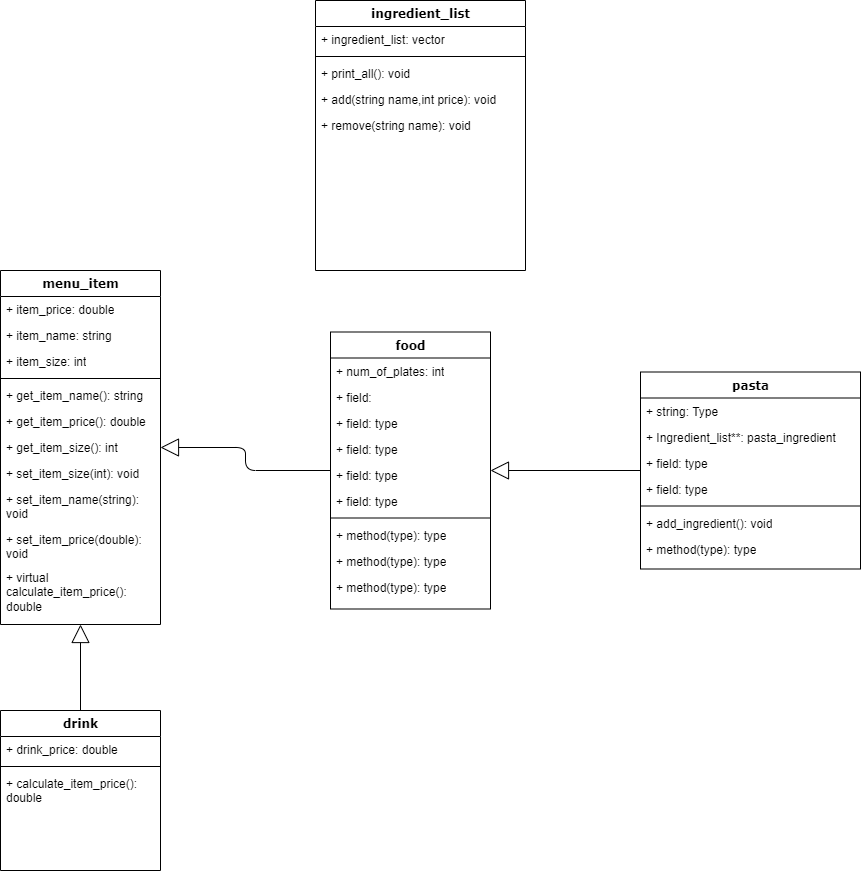
Above: UML.png in SohamA12345/Project (draw.io), before the change. Source tidied: cells renumbered, new cells last; positions are measured from the earlier drawing's top-left corner, leaving out a move shared by most shapes.
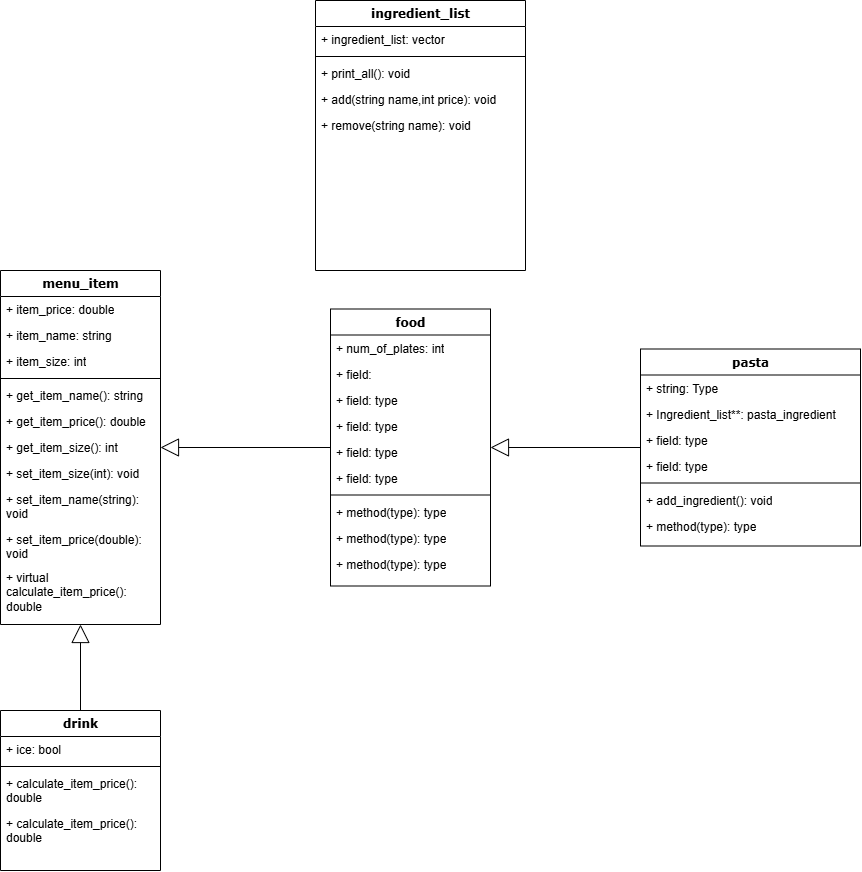
Above is the later version.

Change to the diagram source:
```diff
@@ -42,7 +42,7 @@
       <mxGeometry relative="1" as="geometry" />
     </mxCell>
     <mxCell id="15" value="food" style="swimlane;html=1;fontStyle=1;align=center;verticalAlign=top;horizontal=1;startSize=26;swimlaneFillColor=#ffffff;rounded=0;shadow=0;comic=0;labelBackgroundColor=none;strokeWidth=1;fillColor=none;fontFamily=Verdana;fontSize=12;" parent="1" vertex="1">
-      <mxGeometry x="330" y="331.5" width="160" height="277" as="geometry" />
+      <mxGeometry x="330" y="308.5" width="160" height="277" as="geometry" />
     </mxCell>
     <mxCell id="16" value="+ num_of_plates: int" style="text;html=1;strokeColor=none;fillColor=none;align=left;verticalAlign=top;spacingLeft=4;spacingRight=4;whiteSpace=wrap;overflow=hidden;" parent="15" vertex="1">
       <mxGeometry y="26" width="160" height="26" as="geometry" />
@@ -75,7 +75,7 @@
       <mxGeometry y="242" width="160" height="26" as="geometry" />
     </mxCell>
     <mxCell id="26" value="pasta" style="swimlane;html=1;fontStyle=1;align=center;verticalAlign=top;horizontal=1;startSize=26;swimlaneFillColor=#ffffff;rounded=0;shadow=0;comic=0;labelBackgroundColor=none;strokeWidth=1;fillColor=none;fontFamily=Verdana;fontSize=12;" parent="1" vertex="1">
-      <mxGeometry x="640" y="371.5" width="220" height="197" as="geometry" />
+      <mxGeometry x="640" y="348.5" width="220" height="197" as="geometry" />
     </mxCell>
     <mxCell id="27" value="+ string: Type&amp;nbsp;" style="text;html=1;strokeColor=none;fillColor=none;align=left;verticalAlign=top;spacingLeft=4;spacingRight=4;whiteSpace=wrap;overflow=hidden;" parent="26" vertex="1">
       <mxGeometry y="26" width="220" height="26" as="geometry" />
@@ -107,7 +107,7 @@
     <mxCell id="36" value="drink" style="swimlane;html=1;fontStyle=1;align=center;verticalAlign=top;horizontal=1;startSize=26;swimlaneFillColor=#ffffff;rounded=0;shadow=0;comic=0;labelBackgroundColor=none;strokeWidth=1;fillColor=none;fontFamily=Verdana;fontSize=12;" parent="1" vertex="1">
       <mxGeometry y="710" width="160" height="160" as="geometry" />
     </mxCell>
-    <mxCell id="37" value="+ drink_price: double" style="text;html=1;strokeColor=none;fillColor=none;align=left;verticalAlign=top;spacingLeft=4;spacingRight=4;whiteSpace=wrap;overflow=hidden;" parent="36" vertex="1">
+    <mxCell id="37" value="+ ice: bool" style="text;html=1;strokeColor=none;fillColor=none;align=left;verticalAlign=top;spacingLeft=4;spacingRight=4;whiteSpace=wrap;overflow=hidden;" parent="36" vertex="1">
       <mxGeometry y="26" width="160" height="26" as="geometry" />
     </mxCell>
     <mxCell id="38" style="line;html=1;strokeWidth=1;fillColor=none;align=left;verticalAlign=middle;spacingTop=-1;spacingLeft=3;spacingRight=3;labelPosition=right;" parent="36" vertex="1">
@@ -116,6 +116,9 @@
     <mxCell id="39" value="+ calculate_item_price(): double&lt;div&gt;&lt;br&gt;&lt;/div&gt;" style="text;html=1;strokeColor=none;fillColor=none;align=left;verticalAlign=top;spacingLeft=4;spacingRight=4;whiteSpace=wrap;overflow=hidden;" parent="36" vertex="1">
       <mxGeometry y="60" width="160" height="40" as="geometry" />
     </mxCell>
+    <mxCell id="47" value="+ calculate_item_price(): double&lt;div&gt;&lt;br&gt;&lt;/div&gt;" style="text;html=1;strokeColor=none;fillColor=none;align=left;verticalAlign=top;spacingLeft=4;spacingRight=4;whiteSpace=wrap;overflow=hidden;" parent="36" vertex="1">
+      <mxGeometry y="100" width="160" height="40" as="geometry" />
+    </mxCell>
     <mxCell id="40" value="ingredient_list" style="swimlane;html=1;fontStyle=1;align=center;verticalAlign=top;horizontal=1;startSize=26;swimlaneFillColor=#ffffff;rounded=0;shadow=0;comic=0;labelBackgroundColor=none;strokeWidth=1;fillColor=none;fontFamily=Verdana;fontSize=12;" parent="1" vertex="1">
       <mxGeometry x="315" width="210" height="270" as="geometry" />
     </mxCell>
@@ -134,7 +137,7 @@
     <mxCell id="45" value="+ remove(string name): void" style="text;html=1;strokeColor=none;fillColor=none;align=left;verticalAlign=top;spacingLeft=4;spacingRight=4;whiteSpace=wrap;overflow=hidden;" parent="40" vertex="1">
       <mxGeometry y="112" width="210" height="26" as="geometry" />
     </mxCell>
-    <mxCell id="46" style="rounded=0;jettySize=auto;html=1;entryX=0.5;entryY=1;entryDx=0;entryDy=0;shape=arrow;" parent="1" edge="1" source="x" target="36">
+    <mxCell id="46" style="rounded=0;jettySize=auto;html=1;entryX=0.5;entryY=1;entryDx=0;entryDy=0;shape=arrow;" parent="1" edge="1" target="36">
       <mxGeometry relative="1" as="geometry" />
     </mxCell>
   </root>
```
